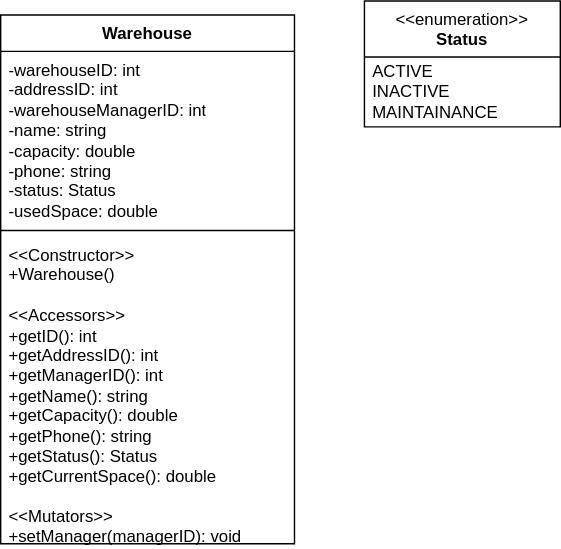
This is nsirh-classes.svg from Simamkele88/IFM3_GP, a draw.io export, as it was before one commit. Source tidied: cells renumbered, new cells last; positions are measured from the earlier drawing's top-left corner, leaving out a move shared by most shapes.
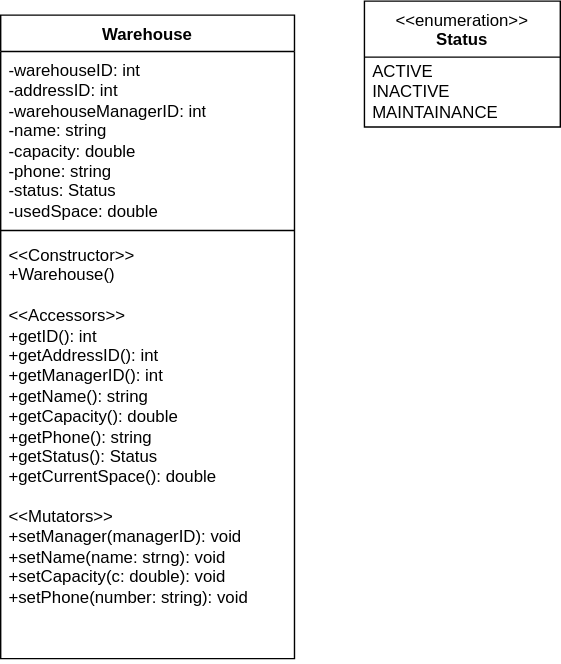
The same diagram one commit later.

Diff of the diagram source:
```diff
@@ -3,7 +3,7 @@
     <mxCell id="0" />
     <mxCell id="1" parent="0" />
     <mxCell id="2" value="Warehouse" style="swimlane;fontStyle=1;align=center;verticalAlign=top;horizontal=1;startSize=26;whiteSpace=wrap;html=1;" parent="1" vertex="1">
-      <mxGeometry y="10" width="210" height="378" as="geometry" />
+      <mxGeometry y="10" width="210" height="460" as="geometry" />
     </mxCell>
     <mxCell id="3" value="-warehouseID: int&lt;div&gt;-addressID: int&lt;/div&gt;&lt;div&gt;-warehouseManagerID: int&lt;/div&gt;&lt;div&gt;-name: string&lt;/div&gt;&lt;div&gt;-capacity: double&lt;/div&gt;&lt;div&gt;-phone: string&lt;/div&gt;&lt;div&gt;-status: Status&lt;/div&gt;&lt;div&gt;-usedSpace: double&lt;/div&gt;&lt;div&gt;&lt;br&gt;&lt;/div&gt;" style="text;strokeColor=none;fillColor=none;align=left;verticalAlign=top;spacingLeft=4;spacingRight=4;overflow=hidden;whiteSpace=wrap;html=1;" parent="2" vertex="1">
       <mxGeometry y="26" width="210" height="124" as="geometry" />
@@ -11,8 +11,8 @@
     <mxCell id="4" style="line;strokeWidth=1;fillColor=none;align=left;verticalAlign=middle;spacingTop=-1;spacingLeft=3;spacingRight=3;labelPosition=right;strokeColor=inherit;" parent="2" vertex="1">
       <mxGeometry y="150" width="210" height="8" as="geometry" />
     </mxCell>
-    <mxCell id="5" value="&amp;lt;&amp;lt;Constructor&amp;gt;&amp;gt;&lt;div&gt;+Warehouse()&lt;/div&gt;&lt;div&gt;&lt;br&gt;&lt;/div&gt;&lt;div&gt;&amp;lt;&amp;lt;Accessors&amp;gt;&amp;gt;&lt;/div&gt;&lt;div&gt;+getID(): int&lt;/div&gt;&lt;div&gt;+getAddressID(): int&lt;/div&gt;&lt;div&gt;+getManagerID(): int&lt;/div&gt;&lt;div&gt;+getName(): string&lt;/div&gt;&lt;div&gt;+getCapacity(): double&lt;/div&gt;&lt;div&gt;+getPhone(): string&lt;/div&gt;&lt;div&gt;+getStatus(): Status&lt;/div&gt;&lt;div&gt;+getCurrentSpace(): double&lt;/div&gt;&lt;div&gt;&lt;br&gt;&lt;/div&gt;&lt;div&gt;&amp;lt;&amp;lt;Mutators&amp;gt;&amp;gt;&lt;/div&gt;&lt;div&gt;+setManager(managerID): void&lt;/div&gt;&lt;div&gt;+setName(name: strng): void&lt;/div&gt;&lt;div&gt;+setCapacity(c: double): void&lt;/div&gt;&lt;div&gt;+setPhone(number: string): void&lt;/div&gt;&lt;div&gt;&lt;br&gt;&lt;/div&gt;&lt;div&gt;&lt;br&gt;&lt;/div&gt;&lt;div&gt;&lt;br&gt;&lt;/div&gt;" style="text;strokeColor=none;fillColor=none;align=left;verticalAlign=top;spacingLeft=4;spacingRight=4;overflow=hidden;whiteSpace=wrap;html=1;" parent="2" vertex="1">
-      <mxGeometry y="158" width="210" height="220" as="geometry" />
+    <mxCell id="5" value="&amp;lt;&amp;lt;Constructor&amp;gt;&amp;gt;&lt;div&gt;+Warehouse()&lt;/div&gt;&lt;div&gt;&lt;br&gt;&lt;/div&gt;&lt;div&gt;&amp;lt;&amp;lt;Accessors&amp;gt;&amp;gt;&lt;/div&gt;&lt;div&gt;+getID(): int&lt;/div&gt;&lt;div&gt;+getAddressID(): int&lt;/div&gt;&lt;div&gt;+getManagerID(): int&lt;/div&gt;&lt;div&gt;+getName(): string&lt;/div&gt;&lt;div&gt;+getCapacity(): double&lt;/div&gt;&lt;div&gt;+getPhone(): string&lt;/div&gt;&lt;div&gt;+getStatus(): Status&lt;/div&gt;&lt;div&gt;+getCurrentSpace(): double&lt;/div&gt;&lt;div&gt;&lt;br&gt;&lt;/div&gt;&lt;div&gt;&amp;lt;&amp;lt;Mutators&amp;gt;&amp;gt;&lt;/div&gt;&lt;div&gt;+setManager(managerID): void&lt;/div&gt;&lt;div&gt;+setName(name: strng): void&lt;/div&gt;&lt;div&gt;+setCapacity(c: double): void&lt;/div&gt;&lt;div&gt;+setPhone(number: string): void&lt;/div&gt;&lt;div&gt;&lt;br&gt;&lt;/div&gt;" style="text;strokeColor=none;fillColor=none;align=left;verticalAlign=top;spacingLeft=4;spacingRight=4;overflow=hidden;whiteSpace=wrap;html=1;" parent="2" vertex="1">
+      <mxGeometry y="158" width="210" height="302" as="geometry" />
     </mxCell>
     <mxCell id="6" value="&amp;lt;&amp;lt;enumeration&amp;gt;&amp;gt;&lt;br&gt;&lt;b&gt;Status&lt;/b&gt;" style="swimlane;fontStyle=0;align=center;verticalAlign=top;horizontal=1;startSize=40;html=1;whiteSpace=wrap;" parent="1" vertex="1">
       <mxGeometry x="260" width="140" height="90" as="geometry" />
```
